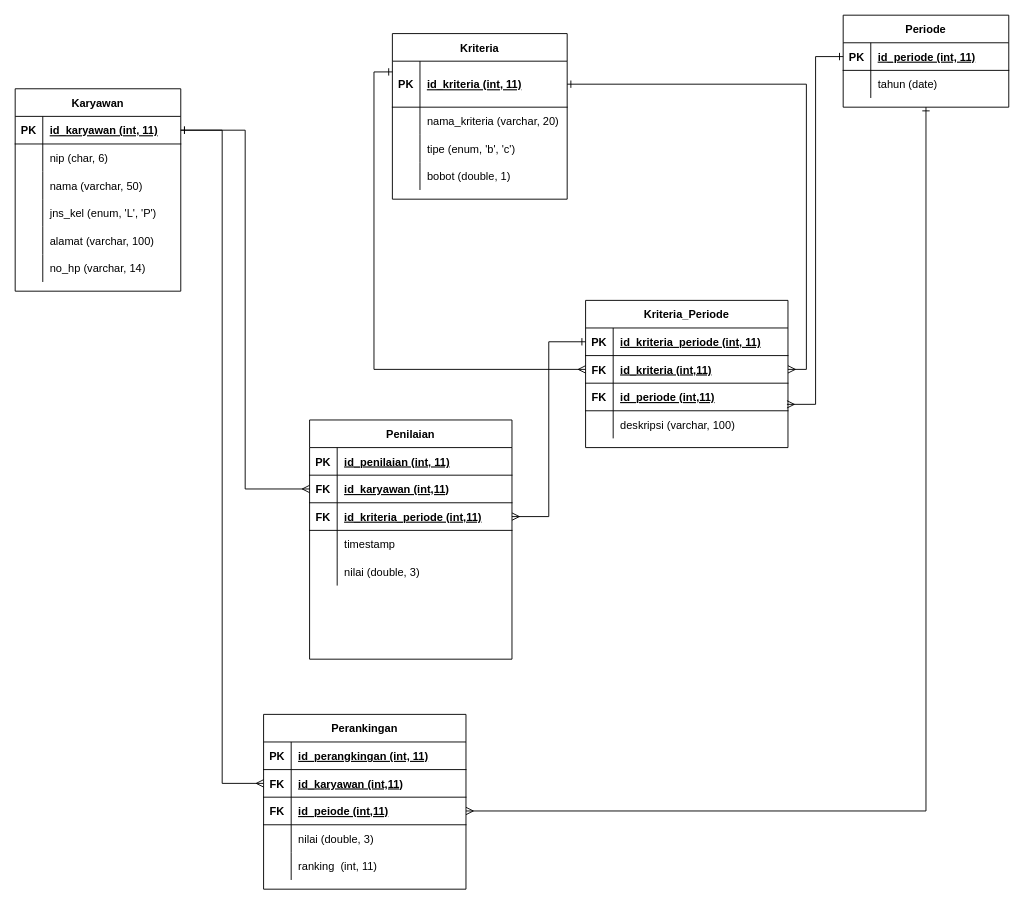
Before: desain tabel.drawio in mrdhiyyana/spk-saw0093, a draw.io diagram. Source tidied: cells renumbered, new cells numbered last; positions are measured from the earlier drawing's top-left corner, leaving out a move shared by most shapes. Both pictures are drawn from the tidied source at 92%, with x=0, y=0 at pixel (15, 15).
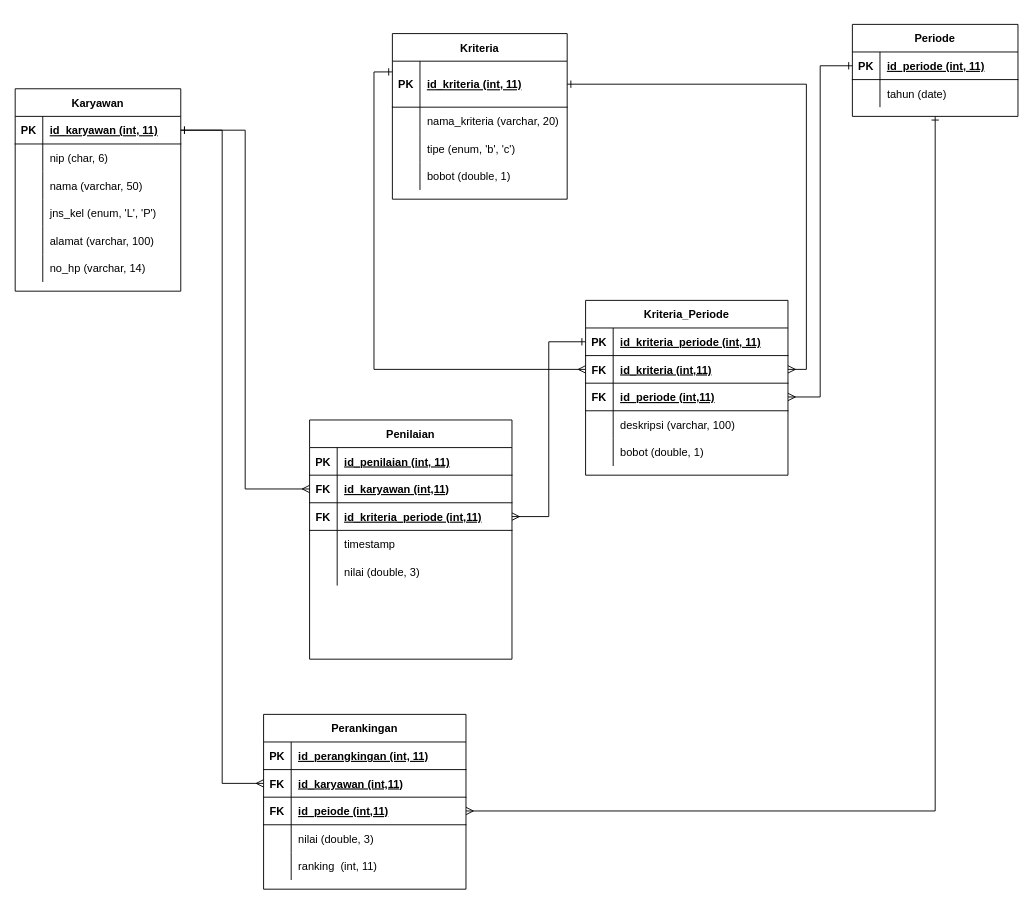
After the change.

Unchanged cells that the change refers to:
```xml
<mxCell id="36" style="shape=partialRectangle;fillColor=none;top=0;left=0;bottom=1;right=0;points=[[0,0.5],[1,0.5]];portConstraint=eastwest;" parent="35" vertex="1">
  <mxGeometry y="30" width="180" height="30" as="geometry" />
</mxCell>
<mxCell id="49" style="shape=partialRectangle;fillColor=none;top=0;left=0;bottom=1;right=0;points=[[0,0.5],[1,0.5]];portConstraint=eastwest;" parent="42" vertex="1">
  <mxGeometry y="90" width="220" height="30" as="geometry" />
</mxCell>
```

Change to the diagram source:
```diff
@@
     <mxCell id="35" value="Periode" style="shape=table;startSize=30;childLayout=tableLayout;rowLines=0;fontStyle=1;align=center;" parent="1" vertex="1">
-      <mxGeometry x="900" width="180" height="100" as="geometry" />
+      <mxGeometry x="910" y="10" width="180" height="100" as="geometry" />
     </mxCell>
@@
     <mxCell id="42" value="Kriteria_Periode" style="shape=table;startSize=30;childLayout=tableLayout;rowLines=0;fontStyle=1;align=center;" parent="1" vertex="1">
-      <mxGeometry x="620" y="310" width="220" height="160" as="geometry" />
+      <mxGeometry x="620" y="310" width="220" height="190" as="geometry" />
     </mxCell>
@@
+    <mxCell id="93" style="shape=partialRectangle;fillColor=none;top=0;left=0;bottom=0;right=0;" parent="42" vertex="1">
+      <mxGeometry y="150" width="220" height="30" as="geometry" />
+    </mxCell>
+    <mxCell id="94" style="shape=partialRectangle;fillColor=none;top=0;left=0;bottom=0;right=0;overflow=hidden;fontStyle=1;" parent="93" vertex="1">
+      <mxGeometry width="30" height="30" as="geometry" />
+    </mxCell>
+    <mxCell id="95" value="bobot (double, 1)" style="shape=partialRectangle;fillColor=none;top=0;left=0;bottom=0;right=0;align=left;spacingLeft=6;overflow=hidden;" parent="93" vertex="1">
+      <mxGeometry x="30" width="190" height="30" as="geometry" />
+    </mxCell>
@@
-    <mxCell id="56" style="edgeStyle=orthogonalEdgeStyle;rounded=0;jettySize=auto;html=1;entryX=0.995;entryY=0.767;entryDx=0;entryDy=0;entryPerimeter=0;endArrow=ERmany;endFill=0;startArrow=ERone;startFill=0;" parent="1" edge="1" source="36" target="49">
-      <mxGeometry relative="1" as="geometry" />
-    </mxCell>
@@
+    <mxCell id="56" style="edgeStyle=orthogonalEdgeStyle;rounded=0;jettySize=auto;html=1;entryX=1;entryY=0.5;entryDx=0;entryDy=0;startArrow=ERone;startFill=0;endArrow=ERmany;endFill=0;" parent="1" edge="1" source="36" target="49">
+      <mxGeometry relative="1" as="geometry" />
+    </mxCell>
```
